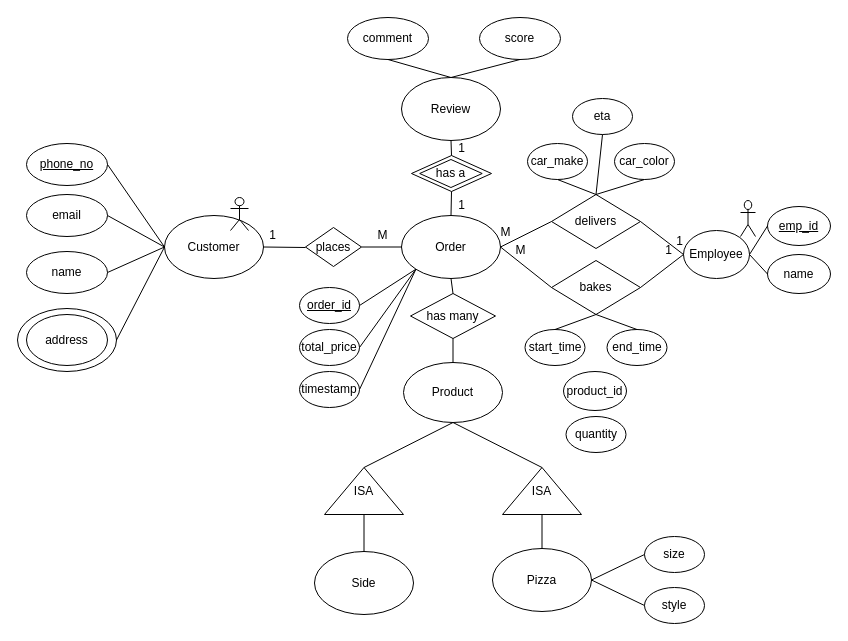
Before: Untitled Diagram.drawio in jb065/CS-564-Project, a draw.io diagram. Source tidied: cells renumbered, new cells numbered last; positions are measured from the earlier drawing's top-left corner, leaving out a move shared by most shapes. Both pictures are drawn from the tidied source at 100%, with x=0, y=0 at pixel (17, 17).
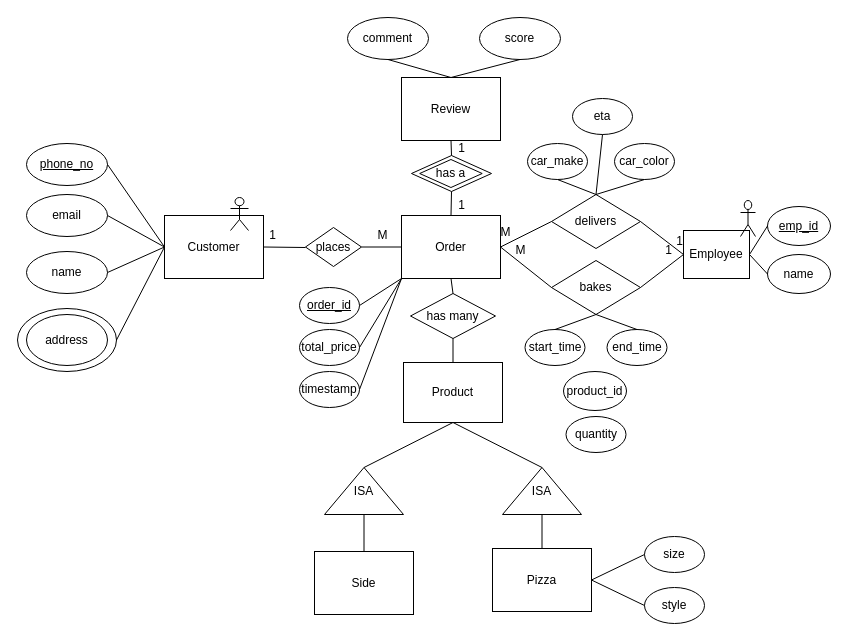
The same diagram, later.

Commit message:
Entities : ellipse to rectangle

The edit, as a diff of the source:
```diff
@@
-    <mxCell id="3" value="Customer" style="ellipse;whiteSpace=wrap;html=1;" parent="1" vertex="1">
+    <mxCell id="3" value="Customer" style="rectangle;whiteSpace=wrap;html=1;" parent="1" vertex="1">
       <mxGeometry x="147" y="198" width="99" height="63" as="geometry" />
     </mxCell>
-    <mxCell id="4" value="Order" style="ellipse;whiteSpace=wrap;html=1;" parent="1" vertex="1">
+    <mxCell id="4" value="Order" style="rectangle;whiteSpace=wrap;html=1;" parent="1" vertex="1">
       <mxGeometry x="384" y="198" width="99" height="63" as="geometry" />
     </mxCell>
-    <mxCell id="5" value="Review" style="ellipse;whiteSpace=wrap;html=1;" parent="1" vertex="1">
+    <mxCell id="5" value="Review" style="rectangle;whiteSpace=wrap;html=1;" parent="1" vertex="1">
       <mxGeometry x="384" y="60" width="99" height="63" as="geometry" />
     </mxCell>
-    <mxCell id="6" value="Employee" style="ellipse;whiteSpace=wrap;html=1;" parent="1" vertex="1">
+    <mxCell id="6" value="Employee" style="rectangle;whiteSpace=wrap;html=1;" parent="1" vertex="1">
       <mxGeometry x="666" y="213" width="66" height="48" as="geometry" />
     </mxCell>
-    <mxCell id="7" value="Product" style="ellipse;whiteSpace=wrap;html=1;" parent="1" vertex="1">
+    <mxCell id="7" value="Product" style="rectangle;whiteSpace=wrap;html=1;" parent="1" vertex="1">
       <mxGeometry x="386" y="345" width="99" height="60" as="geometry" />
     </mxCell>
@@
-    <mxCell id="10" value="Side" style="ellipse;whiteSpace=wrap;html=1;" parent="1" vertex="1">
+    <mxCell id="10" value="Side" style="rectangle;whiteSpace=wrap;html=1;" parent="1" vertex="1">
       <mxGeometry x="297" y="534" width="99" height="63" as="geometry" />
     </mxCell>
-    <mxCell id="11" value="Pizza" style="ellipse;whiteSpace=wrap;html=1;" parent="1" vertex="1">
+    <mxCell id="11" value="Pizza" style="rectangle;whiteSpace=wrap;html=1;" parent="1" vertex="1">
       <mxGeometry x="475" y="531" width="99" height="63" as="geometry" />
     </mxCell>
```
